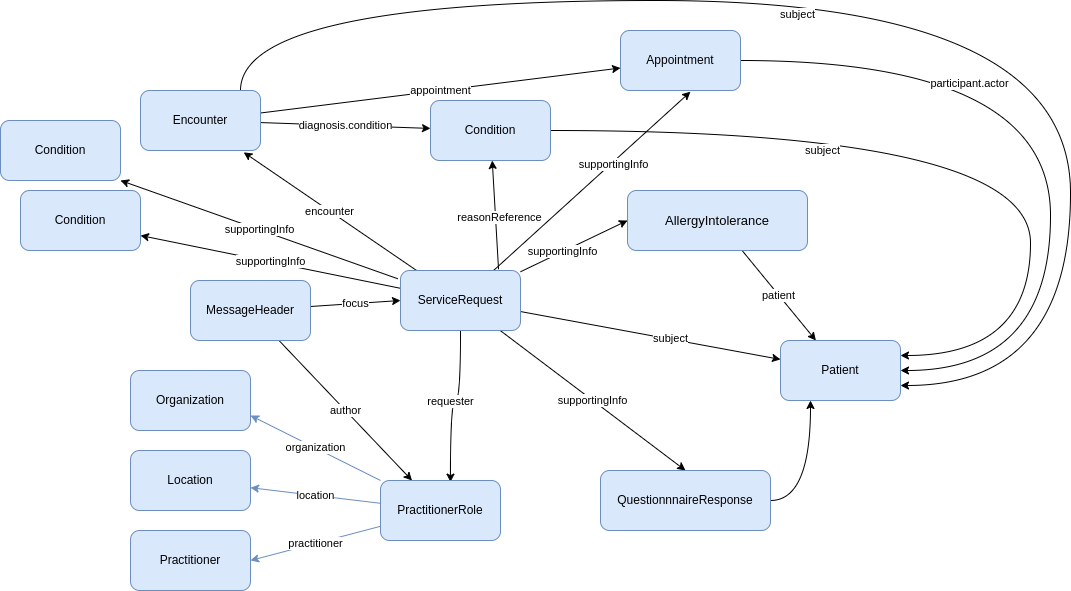
Earlier version of the draw.io export input/images/inicio-recursos.png (Minsal-CL/SIGTEv2-IG). Source tidied: cells renumbered, new cells last; positions are measured from the earlier drawing's top-left corner, leaving out a move shared by most shapes.
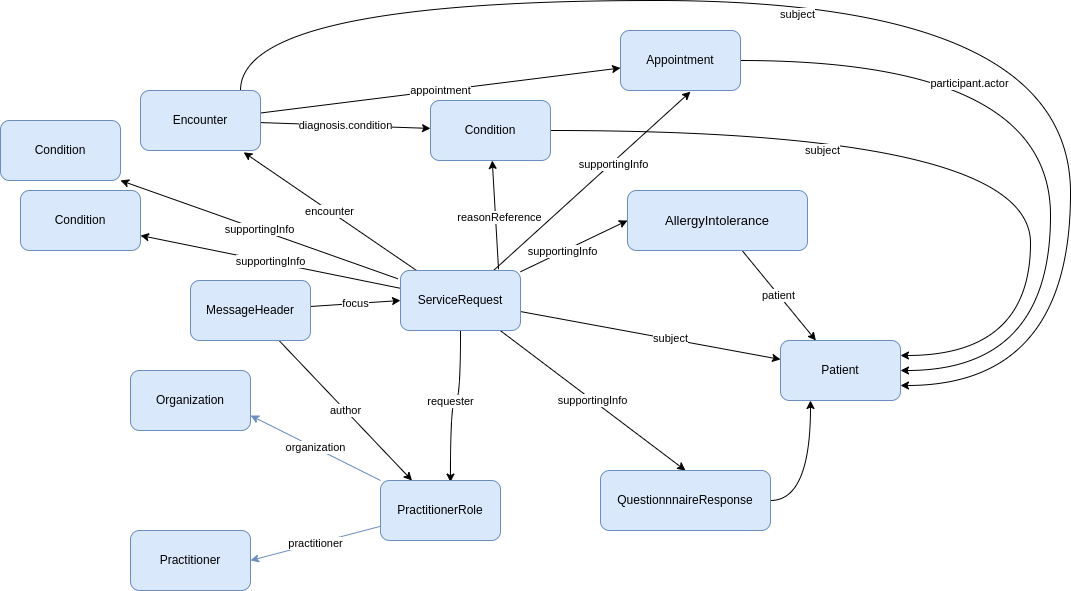
After the change.

Commit message:
update: evento y bundle inicio

Diff of the diagram source:
```diff
@@ -70,9 +70,6 @@
     <mxCell id="20" value="organization" style="edgeStyle=none;rounded=0;jettySize=auto;html=1;entryX=1;entryY=0.75;entryDx=0;entryDy=0;fillColor=#dae8fc;strokeColor=#6c8ebf;" parent="1" edge="1" source="23" target="24">
       <mxGeometry relative="1" as="geometry" />
     </mxCell>
-    <mxCell id="21" value="location" style="edgeStyle=none;rounded=0;jettySize=auto;html=1;fillColor=#dae8fc;strokeColor=#6c8ebf;" parent="1" edge="1" source="23" target="25">
-      <mxGeometry relative="1" as="geometry" />
-    </mxCell>
     <mxCell id="22" value="practitioner" style="edgeStyle=none;rounded=0;jettySize=auto;html=1;entryX=1;entryY=0.5;entryDx=0;entryDy=0;fillColor=#dae8fc;strokeColor=#6c8ebf;" parent="1" edge="1" source="23" target="26">
       <mxGeometry relative="1" as="geometry" />
     </mxCell>
@@ -82,9 +79,6 @@
     <mxCell id="24" value="Organization" style="rounded=1;whiteSpace=wrap;html=1;fillColor=#dae8fc;strokeColor=#6c8ebf;" parent="1" vertex="1">
       <mxGeometry x="130" y="370" width="120" height="60" as="geometry" />
     </mxCell>
-    <mxCell id="25" value="Location" style="rounded=1;whiteSpace=wrap;html=1;fillColor=#dae8fc;strokeColor=#6c8ebf;" parent="1" vertex="1">
-      <mxGeometry x="130" y="450" width="120" height="60" as="geometry" />
-    </mxCell>
     <mxCell id="26" value="Practitioner" style="rounded=1;whiteSpace=wrap;html=1;fillColor=#dae8fc;strokeColor=#6c8ebf;" parent="1" vertex="1">
       <mxGeometry x="130" y="530" width="120" height="60" as="geometry" />
     </mxCell>
```
